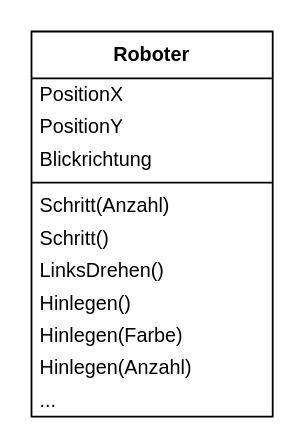
Josef-Friedrich/drawio keeps this draw.io diagram as 07/30_Beschreibung-Ablaeufe-Algorithmen/30_Roboter-Karol/30_Einfuehrung_Karol/Klassendiagramm-Roboter.drawio. Above is the earlier version. Source tidied: cells renumbered, new cells numbered last; positions are measured from the earlier drawing's top-left corner, leaving out a move shared by most shapes. Both pictures are drawn from the tidied source at 180%, with x=0, y=0 at pixel (31, 31).
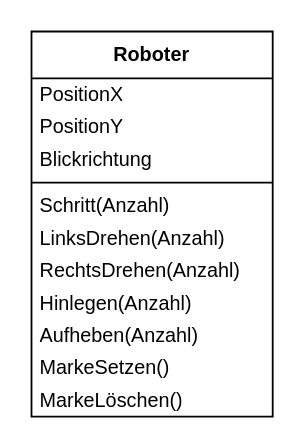
The same diagram, later.

What changed in the source:
```diff
@@
 <mxGraphModel>
   <root>
     <mxCell id="0" />
     <mxCell id="1" parent="0" />
     <mxCell id="2" value="Roboter" style="swimlane;fontStyle=1;align=center;verticalAlign=top;horizontal=1;startSize=26;fontFamily=Alegreya Sans;fontSize=11;" parent="1" vertex="1">
       <mxGeometry width="134" height="214" as="geometry" />
     </mxCell>
     <mxCell id="3" value="PositionX" style="text;strokeColor=none;fillColor=none;align=left;verticalAlign=middle;spacingLeft=3;spacingRight=4;overflow=hidden;fontFamily=Alegreya;fontSize=11;fontStyle=0;html=1;imageWidth=24;imageHeight=24;comic=0;imageAspect=0;" parent="2" vertex="1">
       <mxGeometry y="26" width="134" height="18" as="geometry" />
     </mxCell>
     <mxCell id="4" value="PositionY" style="text;strokeColor=none;fillColor=none;align=left;verticalAlign=middle;spacingLeft=3;spacingRight=4;overflow=hidden;fontFamily=Alegreya;fontSize=11;fontStyle=0;html=1;imageWidth=24;imageHeight=24;comic=0;imageAspect=0;" parent="2" vertex="1">
       <mxGeometry y="44" width="134" height="18" as="geometry" />
     </mxCell>
     <mxCell id="5" value="Blickrichtung" style="text;strokeColor=none;fillColor=none;align=left;verticalAlign=middle;spacingLeft=3;spacingRight=4;overflow=hidden;fontFamily=Alegreya;fontSize=11;fontStyle=0;html=1;imageWidth=24;imageHeight=24;comic=0;imageAspect=0;" parent="2" vertex="1">
       <mxGeometry y="62" width="134" height="18" as="geometry" />
     </mxCell>
     <mxCell id="6" style="line;strokeWidth=1;fillColor=none;align=left;verticalAlign=middle;spacingTop=-1;spacingLeft=3;spacingRight=3;labelPosition=right;strokeColor=inherit;fontFamily=Alegreya;fontSize=11;" parent="2" vertex="1">
       <mxGeometry y="80" width="134" height="8" as="geometry" />
     </mxCell>
     <mxCell id="7" value="Schritt(Anzahl)" style="text;strokeColor=none;fillColor=none;align=left;verticalAlign=middle;spacingLeft=3;spacingRight=4;overflow=hidden;fontFamily=Alegreya;fontSize=11;fontStyle=0;html=1;imageWidth=24;imageHeight=24;comic=0;imageAspect=0;" parent="2" vertex="1">
       <mxGeometry y="88" width="134" height="18" as="geometry" />
     </mxCell>
-    <mxCell id="8" value="Schritt()" style="text;strokeColor=none;fillColor=none;align=left;verticalAlign=middle;spacingLeft=3;spacingRight=4;overflow=hidden;fontFamily=Alegreya;fontSize=11;fontStyle=0;html=1;imageWidth=24;imageHeight=24;comic=0;imageAspect=0;" parent="2" vertex="1">
-      <mxGeometry y="106" width="134" height="18" as="geometry" />
-    </mxCell>
-    <mxCell id="9" value="LinksDrehen()" style="text;strokeColor=none;fillColor=none;align=left;verticalAlign=middle;spacingLeft=3;spacingRight=4;overflow=hidden;fontFamily=Alegreya;fontSize=11;fontStyle=0;html=1;imageWidth=24;imageHeight=24;comic=0;imageAspect=0;" parent="2" vertex="1">
-      <mxGeometry y="124" width="134" height="18" as="geometry" />
+    <mxCell id="9" value="LinksDrehen(Anzahl)" style="text;strokeColor=none;fillColor=none;align=left;verticalAlign=middle;spacingLeft=3;spacingRight=4;overflow=hidden;fontFamily=Alegreya;fontSize=11;fontStyle=0;html=1;imageWidth=24;imageHeight=24;comic=0;imageAspect=0;" parent="2" vertex="1">
+      <mxGeometry y="106" width="134" height="18" as="geometry" />
     </mxCell>
+    <mxCell id="14" value="RechtsDrehen(Anzahl)" style="text;strokeColor=none;fillColor=none;align=left;verticalAlign=middle;spacingLeft=3;spacingRight=4;overflow=hidden;fontFamily=Alegreya;fontSize=11;fontStyle=0;html=1;imageWidth=24;imageHeight=24;comic=0;imageAspect=0;" parent="2" vertex="1">
+      <mxGeometry y="124" width="134" height="18" as="geometry" />
+    </mxCell>
-    <mxCell id="10" value="Hinlegen()" style="text;strokeColor=none;fillColor=none;align=left;verticalAlign=middle;spacingLeft=3;spacingRight=4;overflow=hidden;fontFamily=Alegreya;fontSize=11;fontStyle=0;html=1;imageWidth=24;imageHeight=24;comic=0;imageAspect=0;" parent="2" vertex="1">
+    <mxCell id="10" value="Hinlegen(Anzahl)" style="text;strokeColor=none;fillColor=none;align=left;verticalAlign=middle;spacingLeft=3;spacingRight=4;overflow=hidden;fontFamily=Alegreya;fontSize=11;fontStyle=0;html=1;imageWidth=24;imageHeight=24;comic=0;imageAspect=0;" parent="2" vertex="1">
       <mxGeometry y="142" width="134" height="18" as="geometry" />
     </mxCell>
-    <mxCell id="11" value="Hinlegen(Farbe)" style="text;strokeColor=none;fillColor=none;align=left;verticalAlign=middle;spacingLeft=3;spacingRight=4;overflow=hidden;fontFamily=Alegreya;fontSize=11;fontStyle=0;html=1;imageWidth=24;imageHeight=24;comic=0;imageAspect=0;" parent="2" vertex="1">
-      <mxGeometry y="160" width="134" height="18" as="geometry" />
-    </mxCell>
-    <mxCell id="12" value="Hinlegen(Anzahl)" style="text;strokeColor=none;fillColor=none;align=left;verticalAlign=middle;spacingLeft=3;spacingRight=4;overflow=hidden;fontFamily=Alegreya;fontSize=11;fontStyle=0;html=1;imageWidth=24;imageHeight=24;comic=0;imageAspect=0;" parent="2" vertex="1">
-      <mxGeometry y="178" width="134" height="18" as="geometry" />
+    <mxCell id="12" value="Aufheben(Anzahl)" style="text;strokeColor=none;fillColor=none;align=left;verticalAlign=middle;spacingLeft=3;spacingRight=4;overflow=hidden;fontFamily=Alegreya;fontSize=11;fontStyle=0;html=1;imageWidth=24;imageHeight=24;comic=0;imageAspect=0;" parent="2" vertex="1">
+      <mxGeometry y="160" width="134" height="18" as="geometry" />
     </mxCell>
-    <mxCell id="13" value="..." style="text;strokeColor=none;fillColor=none;align=left;verticalAlign=middle;spacingLeft=3;spacingRight=4;overflow=hidden;fontFamily=Alegreya;fontSize=11;fontStyle=0;html=1;imageWidth=24;imageHeight=24;comic=0;imageAspect=0;" parent="2" vertex="1">
-      <mxGeometry y="196" width="134" height="18" as="geometry" />
-    </mxCell>
+    <mxCell id="15" value="MarkeSetzen()" style="text;strokeColor=none;fillColor=none;align=left;verticalAlign=middle;spacingLeft=3;spacingRight=4;overflow=hidden;fontFamily=Alegreya;fontSize=11;fontStyle=0;html=1;imageWidth=24;imageHeight=24;comic=0;imageAspect=0;" parent="2" vertex="1">
+      <mxGeometry y="178" width="134" height="18" as="geometry" />
+    </mxCell>
+    <mxCell id="16" value="MarkeLöschen()" style="text;strokeColor=none;fillColor=none;align=left;verticalAlign=middle;spacingLeft=3;spacingRight=4;overflow=hidden;fontFamily=Alegreya;fontSize=11;fontStyle=0;html=1;imageWidth=24;imageHeight=24;comic=0;imageAspect=0;" parent="2" vertex="1">
+      <mxGeometry y="196" width="134" height="18" as="geometry" />
+    </mxCell>
   </root>
 </mxGraphModel>
```
